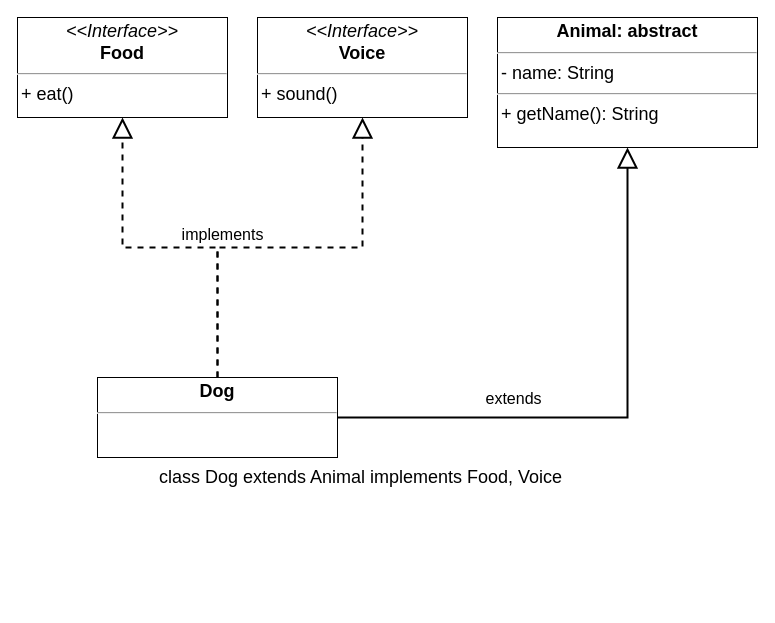
This is page "ポリモーフィズム" (6 of 6) of documents/練習用設計.drawio from mkuwan/spring-basic, a draw.io file, before an edit. Source tidied: cells renumbered, new cells numbered last; positions are measured from the earlier drawing's top-left corner, leaving out a move shared by most shapes. Both pictures are drawn from the tidied source at 100%, with x=0, y=0 at pixel (17, 17).
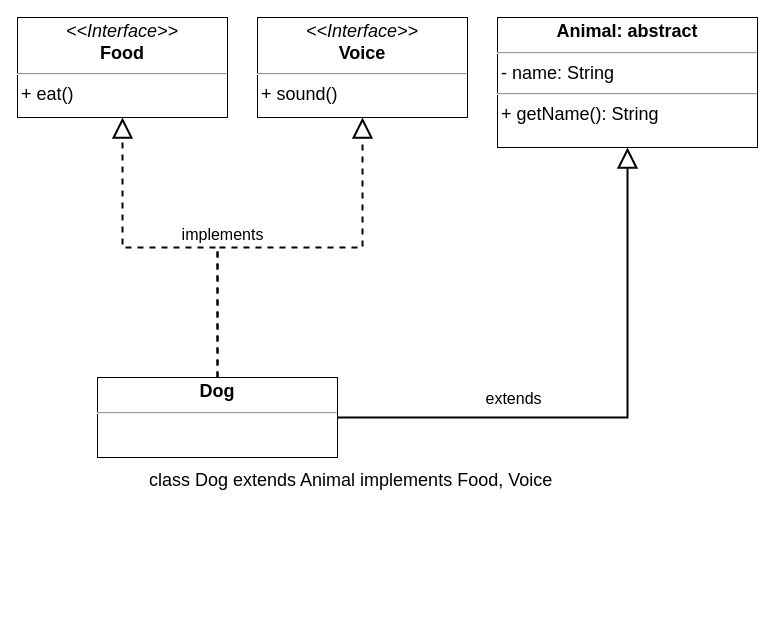
The same diagram, later.

Commit message (it also covers changes not shown here):
オブジェクト指向

Diff of the diagram source:
```diff
@@
 <mxGraphModel>
   <root>
     <mxCell id="0" />
     <mxCell id="1" parent="0" />
     <mxCell id="2" value="&lt;p style=&quot;margin: 4px 0px 0px; text-align: center; font-size: 18px;&quot;&gt;&lt;i style=&quot;font-size: 18px;&quot;&gt;&amp;lt;&amp;lt;Interface&amp;gt;&amp;gt;&lt;/i&gt;&lt;br style=&quot;font-size: 18px;&quot;&gt;&lt;b style=&quot;font-size: 18px;&quot;&gt;Food&lt;/b&gt;&lt;/p&gt;&lt;hr style=&quot;font-size: 18px;&quot;&gt;&lt;p style=&quot;margin: 0px 0px 0px 4px; font-size: 18px;&quot;&gt;&lt;span style=&quot;background-color: initial;&quot;&gt;+ eat()&lt;/span&gt;&lt;br&gt;&lt;/p&gt;" style="verticalAlign=top;align=left;overflow=fill;fontSize=18;fontFamily=Helvetica;html=1;whiteSpace=wrap;" parent="1" vertex="1">
       <mxGeometry width="210" height="100" as="geometry" />
     </mxCell>
     <mxCell id="3" value="&lt;p style=&quot;margin: 4px 0px 0px; text-align: center; font-size: 18px;&quot;&gt;&lt;i style=&quot;font-size: 18px;&quot;&gt;&amp;lt;&amp;lt;Interface&amp;gt;&amp;gt;&lt;/i&gt;&lt;br style=&quot;font-size: 18px;&quot;&gt;&lt;b&gt;Voice&lt;/b&gt;&lt;/p&gt;&lt;hr style=&quot;font-size: 18px;&quot;&gt;&lt;p style=&quot;margin: 0px 0px 0px 4px; font-size: 18px;&quot;&gt;&lt;span style=&quot;background-color: initial;&quot;&gt;+ sound()&lt;/span&gt;&lt;br&gt;&lt;/p&gt;" style="verticalAlign=top;align=left;overflow=fill;fontSize=18;fontFamily=Helvetica;html=1;whiteSpace=wrap;" parent="1" vertex="1">
       <mxGeometry x="240" width="210" height="100" as="geometry" />
     </mxCell>
     <mxCell id="4" value="&lt;p style=&quot;margin: 4px 0px 0px; text-align: center; font-size: 18px;&quot;&gt;&lt;b&gt;Animal: abstract&lt;/b&gt;&lt;/p&gt;&lt;hr style=&quot;font-size: 18px;&quot;&gt;&lt;p style=&quot;margin: 0px 0px 0px 4px; font-size: 18px;&quot;&gt;- name: String&lt;/p&gt;&lt;hr style=&quot;font-size: 18px;&quot;&gt;&lt;p style=&quot;margin: 0px 0px 0px 4px; font-size: 18px;&quot;&gt;+ getName(): String&lt;/p&gt;" style="verticalAlign=top;align=left;overflow=fill;fontSize=18;fontFamily=Helvetica;html=1;whiteSpace=wrap;" parent="1" vertex="1">
       <mxGeometry x="480" width="260" height="130" as="geometry" />
     </mxCell>
     <mxCell id="5" value="&lt;p style=&quot;margin: 4px 0px 0px; text-align: center; font-size: 18px;&quot;&gt;&lt;b&gt;Dog&lt;/b&gt;&lt;/p&gt;&lt;hr style=&quot;font-size: 18px;&quot;&gt;&lt;p style=&quot;margin: 0px 0px 0px 4px; font-size: 18px;&quot;&gt;&lt;br&gt;&lt;/p&gt;" style="verticalAlign=top;align=left;overflow=fill;fontSize=18;fontFamily=Helvetica;html=1;whiteSpace=wrap;" parent="1" vertex="1">
       <mxGeometry x="80" y="360" width="240" height="80" as="geometry" />
     </mxCell>
-    <mxCell id="6" value="class Dog extends Animal implements Food, Voice" style="text;html=1;align=center;verticalAlign=middle;strokeColor=none;fillColor=none;fontSize=18;" parent="1" vertex="1">
-      <mxGeometry x="128" y="440" width="430" height="40" as="geometry" />
+    <mxCell id="6" value="class Dog extends Animal implements Food, Voice&lt;br&gt;&lt;br&gt;&lt;br&gt;&lt;br&gt;&lt;br&gt;&lt;br&gt;" style="text;html=1;align=left;verticalAlign=top;strokeColor=none;fillColor=none;fontSize=18;" parent="1" vertex="1">
+      <mxGeometry x="130" y="446" width="421" height="142" as="geometry" />
     </mxCell>
     <mxCell id="7" style="endArrow=block;endSize=16;endFill=0;html=1;rounded=0;entryX=0.5;entryY=1;entryDx=0;entryDy=0;exitX=1;exitY=0.5;exitDx=0;exitDy=0;edgeStyle=orthogonalEdgeStyle;strokeWidth=2;" parent="1" edge="1" source="5" target="4">
       <mxGeometry relative="1" as="geometry" />
     </mxCell>
     <mxCell id="8" style="endArrow=block;endSize=16;endFill=0;html=1;rounded=0;entryX=0.5;entryY=1;entryDx=0;entryDy=0;exitX=0.5;exitY=0;exitDx=0;exitDy=0;edgeStyle=orthogonalEdgeStyle;strokeWidth=2;dashed=1;" parent="1" edge="1" source="5" target="3">
       <mxGeometry relative="1" as="geometry" />
     </mxCell>
     <mxCell id="9" style="endArrow=block;endSize=16;endFill=0;html=1;rounded=0;exitX=0.5;exitY=0;exitDx=0;exitDy=0;edgeStyle=orthogonalEdgeStyle;strokeWidth=2;dashed=1;" parent="1" edge="1" source="5" target="2">
       <mxGeometry relative="1" as="geometry" />
     </mxCell>
     <mxCell id="10" value="implements" style="text;html=1;align=center;verticalAlign=middle;strokeColor=none;fillColor=none;fontSize=16;" parent="1" vertex="1">
       <mxGeometry x="155" y="201" width="100" height="31" as="geometry" />
     </mxCell>
     <mxCell id="11" value="extends" style="text;html=1;align=center;verticalAlign=middle;strokeColor=none;fillColor=none;fontSize=16;" parent="1" vertex="1">
       <mxGeometry x="459" y="365" width="74" height="31" as="geometry" />
     </mxCell>
   </root>
 </mxGraphModel>
```
